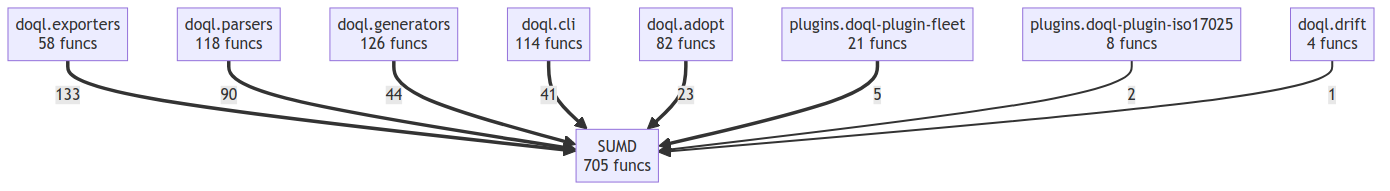
This is project/compact_flow.png from oqlos/doql, a Mermaid export, as it was before one commit. Its source is kept beside it as project/compact_flow.mmd.
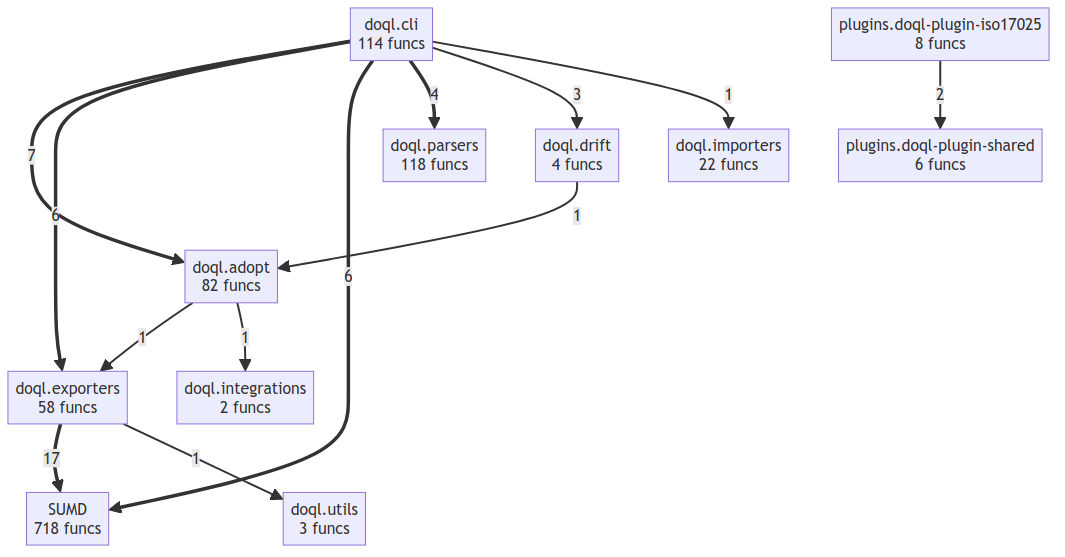
The same file after the commit.

The edit, as a diff of the source:
```diff
@@ -1,18 +1,24 @@
 flowchart TD
-    SUMD["SUMD<br/>705 funcs"]
+    SUMD["SUMD<br/>718 funcs"]
     doql__adopt["doql.adopt<br/>82 funcs"]
     doql__cli["doql.cli<br/>114 funcs"]
     doql__drift["doql.drift<br/>4 funcs"]
     doql__exporters["doql.exporters<br/>58 funcs"]
-    doql__generators["doql.generators<br/>126 funcs"]
+    doql__importers["doql.importers<br/>22 funcs"]
+    doql__integrations["doql.integrations<br/>2 funcs"]
     doql__parsers["doql.parsers<br/>118 funcs"]
-    plugins__doql_plugin_fleet["plugins.doql-plugin-fleet<br/>21 funcs"]
+    doql__utils["doql.utils<br/>3 funcs"]
     plugins__doql_plugin_iso17025["plugins.doql-plugin-iso17025<br/>8 funcs"]
-    doql__exporters ==>|133| SUMD
-    doql__parsers ==>|90| SUMD
-    doql__generators ==>|44| SUMD
-    doql__cli ==>|41| SUMD
-    doql__adopt ==>|23| SUMD
-    plugins__doql_plugin_fleet ==>|5| SUMD
-    plugins__doql_plugin_iso17025 -->|2| SUMD
-    doql__drift -->|1| SUMD
+    plugins__doql_plugin_shared["plugins.doql-plugin-shared<br/>6 funcs"]
+    doql__exporters ==>|17| SUMD
+    doql__cli ==>|7| doql__adopt
+    doql__cli ==>|6| doql__exporters
+    doql__cli ==>|6| SUMD
+    doql__cli ==>|4| doql__parsers
+    doql__cli -->|3| doql__drift
+    plugins__doql_plugin_iso17025 -->|2| plugins__doql_plugin_shared
+    doql__drift -->|1| doql__adopt
+    doql__cli -->|1| doql__importers
+    doql__exporters -->|1| doql__utils
+    doql__adopt -->|1| doql__exporters
+    doql__adopt -->|1| doql__integrations
```
